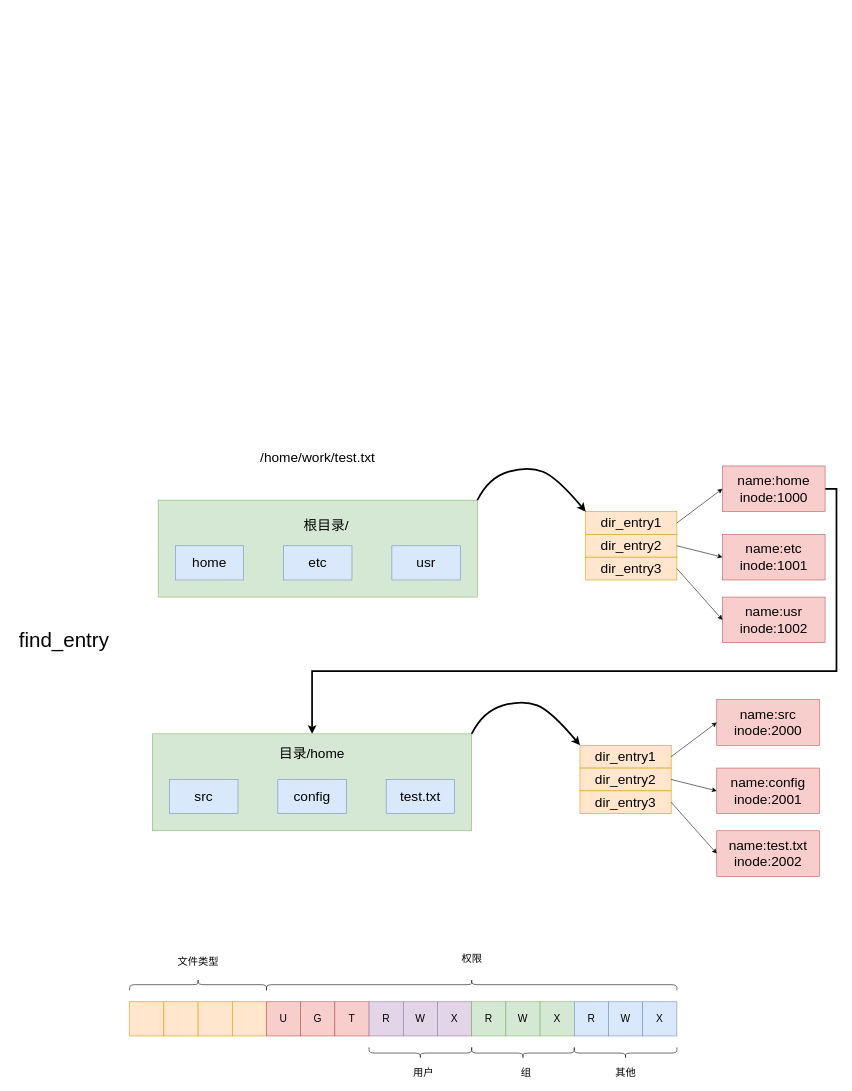
The draw.io diagram blog/Linux/kernel/Linux-0.11/Linux-0.11-fs/namei/namei.drawio in zgjsxx/static-img-repo, before the edit. Source tidied: cells renumbered, new cells numbered last; positions are measured from the earlier drawing's top-left corner, leaving out a move shared by most shapes. Both pictures are drawn from the tidied source at 57%, with x=0, y=0 at pixel (10, 449).
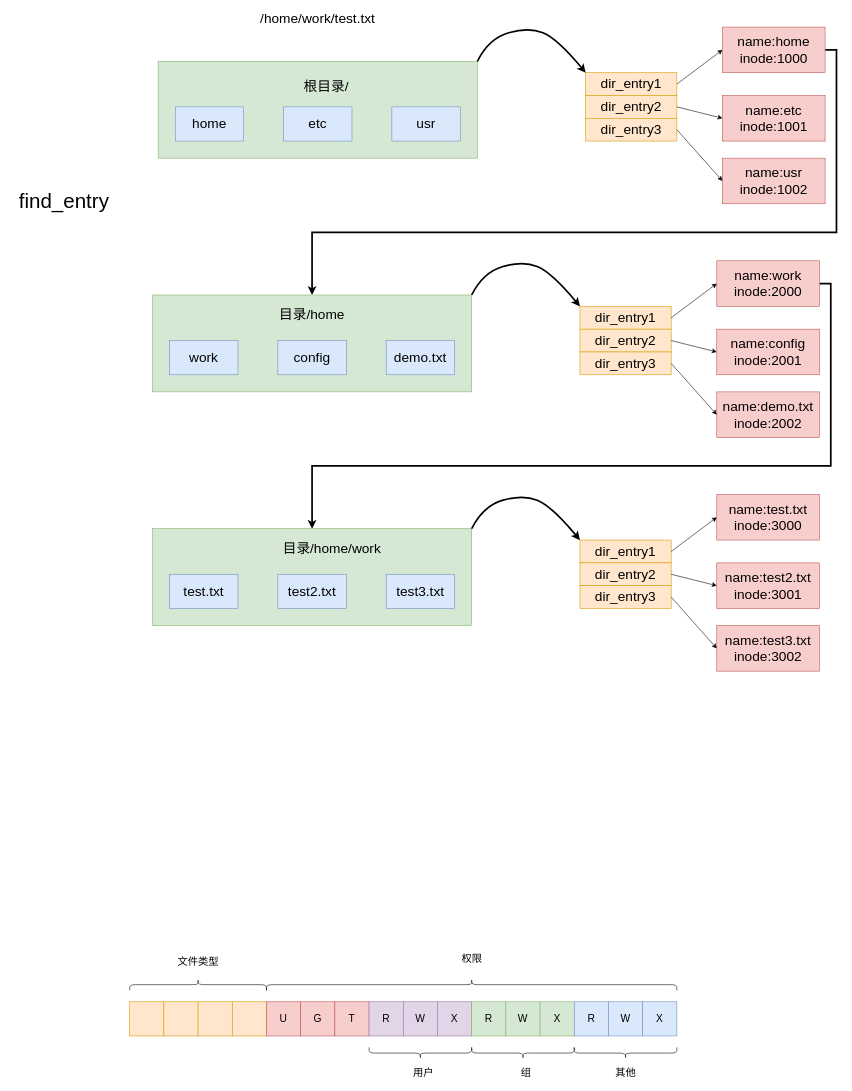
Above is the later version.

Diff of the diagram source:
```diff
@@
     <mxCell id="2" value="&lt;font style=&quot;font-size: 24px;&quot;&gt;/home/work/test.txt&lt;/font&gt;" style="text;strokeColor=none;align=center;fillColor=none;html=1;verticalAlign=middle;whiteSpace=wrap;rounded=0;" parent="1" vertex="1">
-      <mxGeometry x="395" width="290" height="30" as="geometry" />
+      <mxGeometry x="395" y="-770" width="290" height="30" as="geometry" />
     </mxCell>
     <mxCell id="3" style="rounded=0;whiteSpace=wrap;html=1;fontSize=24;fillColor=#d5e8d4;strokeColor=#82b366;" parent="1" vertex="1">
-      <mxGeometry x="260" y="90" width="560" height="170" as="geometry" />
+      <mxGeometry x="260" y="-680" width="560" height="170" as="geometry" />
     </mxCell>
     <mxCell id="4" value="home" style="rounded=0;whiteSpace=wrap;html=1;fontSize=24;fillColor=#dae8fc;strokeColor=#6c8ebf;" parent="1" vertex="1">
-      <mxGeometry x="290" y="170" width="120" height="60" as="geometry" />
+      <mxGeometry x="290" y="-600" width="120" height="60" as="geometry" />
     </mxCell>
     <mxCell id="5" value="etc" style="rounded=0;whiteSpace=wrap;html=1;fontSize=24;fillColor=#dae8fc;strokeColor=#6c8ebf;" parent="1" vertex="1">
-      <mxGeometry x="480" y="170" width="120" height="60" as="geometry" />
+      <mxGeometry x="480" y="-600" width="120" height="60" as="geometry" />
     </mxCell>
     <mxCell id="6" value="usr" style="rounded=0;whiteSpace=wrap;html=1;fontSize=24;fillColor=#dae8fc;strokeColor=#6c8ebf;" parent="1" vertex="1">
-      <mxGeometry x="670" y="170" width="120" height="60" as="geometry" />
+      <mxGeometry x="670" y="-600" width="120" height="60" as="geometry" />
     </mxCell>
     <mxCell id="7" value="根目录/" style="text;strokeColor=none;align=center;fillColor=none;html=1;verticalAlign=middle;whiteSpace=wrap;rounded=0;fontSize=24;" parent="1" vertex="1">
-      <mxGeometry x="510" y="120" width="90" height="30" as="geometry" />
+      <mxGeometry x="510" y="-650" width="90" height="30" as="geometry" />
     </mxCell>
     <mxCell id="8" value="dir_entry1" style="rounded=0;whiteSpace=wrap;html=1;fontSize=24;fillColor=#ffe6cc;strokeColor=#d79b00;" parent="1" vertex="1">
-      <mxGeometry x="1010" y="110" width="160" height="40" as="geometry" />
+      <mxGeometry x="1010" y="-660" width="160" height="40" as="geometry" />
     </mxCell>
     <mxCell id="9" value="dir_entry2" style="rounded=0;whiteSpace=wrap;html=1;fontSize=24;fillColor=#ffe6cc;strokeColor=#d79b00;" parent="1" vertex="1">
-      <mxGeometry x="1010" y="150" width="160" height="40" as="geometry" />
+      <mxGeometry x="1010" y="-620" width="160" height="40" as="geometry" />
     </mxCell>
     <mxCell id="10" value="dir_entry3" style="rounded=0;whiteSpace=wrap;html=1;fontSize=24;fillColor=#ffe6cc;strokeColor=#d79b00;" parent="1" vertex="1">
-      <mxGeometry x="1010" y="190" width="160" height="40" as="geometry" />
+      <mxGeometry x="1010" y="-580" width="160" height="40" as="geometry" />
     </mxCell>
     <mxCell id="11" style="edgeStyle=orthogonalEdgeStyle;rounded=0;jettySize=auto;html=1;exitX=1;exitY=0.5;exitDx=0;exitDy=0;entryX=0.5;entryY=0;entryDx=0;entryDy=0;strokeWidth=3;fontSize=24;" parent="1" edge="1" source="12" target="19">
       <mxGeometry relative="1" as="geometry">
         <Array as="points">
-          <mxPoint x="1450" y="70" />
-          <mxPoint x="1450" y="390" />
-          <mxPoint x="530" y="390" />
+          <mxPoint x="1450" y="-700" />
+          <mxPoint x="1450" y="-380" />
+          <mxPoint x="530" y="-380" />
         </Array>
       </mxGeometry>
     </mxCell>
     <mxCell id="12" value="name:home&lt;br&gt;inode:1000" style="rounded=0;whiteSpace=wrap;html=1;fontSize=24;fillColor=#f8cecc;strokeColor=#b85450;" parent="1" vertex="1">
-      <mxGeometry x="1250" y="30" width="180" height="80" as="geometry" />
+      <mxGeometry x="1250" y="-740" width="180" height="80" as="geometry" />
     </mxCell>
@@
     <mxCell id="14" value="name:etc&lt;br&gt;inode:1001" style="rounded=0;whiteSpace=wrap;html=1;fontSize=24;fillColor=#f8cecc;strokeColor=#b85450;" parent="1" vertex="1">
-      <mxGeometry x="1250" y="150" width="180" height="80" as="geometry" />
+      <mxGeometry x="1250" y="-620" width="180" height="80" as="geometry" />
     </mxCell>
@@
     <mxCell id="16" value="name:usr&lt;br&gt;inode:1002" style="rounded=0;whiteSpace=wrap;html=1;fontSize=24;fillColor=#f8cecc;strokeColor=#b85450;" parent="1" vertex="1">
-      <mxGeometry x="1250" y="260" width="180" height="80" as="geometry" />
+      <mxGeometry x="1250" y="-510" width="180" height="80" as="geometry" />
     </mxCell>
@@
     <mxCell id="18" style="curved=1;endArrow=classic;html=1;rounded=0;fontSize=24;entryX=0;entryY=0;entryDx=0;entryDy=0;exitX=1;exitY=0;exitDx=0;exitDy=0;strokeWidth=3;" parent="1" edge="1" source="3" target="8">
       <mxGeometry relative="1" as="geometry">
         <Array as="points">
-          <mxPoint x="840" y="50" />
-          <mxPoint x="910" y="30" />
-          <mxPoint x="960" y="50" />
+          <mxPoint x="840" y="-720" />
+          <mxPoint x="910" y="-740" />
+          <mxPoint x="960" y="-720" />
         </Array>
       </mxGeometry>
     </mxCell>
     <mxCell id="19" style="rounded=0;whiteSpace=wrap;html=1;fontSize=24;fillColor=#d5e8d4;strokeColor=#82b366;" parent="1" vertex="1">
-      <mxGeometry x="250" y="500" width="560" height="170" as="geometry" />
+      <mxGeometry x="250" y="-270" width="560" height="170" as="geometry" />
     </mxCell>
-    <mxCell id="20" value="src" style="rounded=0;whiteSpace=wrap;html=1;fontSize=24;fillColor=#dae8fc;strokeColor=#6c8ebf;" parent="1" vertex="1">
-      <mxGeometry x="280" y="580" width="120" height="60" as="geometry" />
+    <mxCell id="20" value="work" style="rounded=0;whiteSpace=wrap;html=1;fontSize=24;fillColor=#dae8fc;strokeColor=#6c8ebf;" parent="1" vertex="1">
+      <mxGeometry x="280" y="-190" width="120" height="60" as="geometry" />
     </mxCell>
     <mxCell id="21" value="config" style="rounded=0;whiteSpace=wrap;html=1;fontSize=24;fillColor=#dae8fc;strokeColor=#6c8ebf;" parent="1" vertex="1">
-      <mxGeometry x="470" y="580" width="120" height="60" as="geometry" />
+      <mxGeometry x="470" y="-190" width="120" height="60" as="geometry" />
     </mxCell>
-    <mxCell id="22" value="test.txt" style="rounded=0;whiteSpace=wrap;html=1;fontSize=24;fillColor=#dae8fc;strokeColor=#6c8ebf;" parent="1" vertex="1">
-      <mxGeometry x="660" y="580" width="120" height="60" as="geometry" />
+    <mxCell id="22" value="demo.txt" style="rounded=0;whiteSpace=wrap;html=1;fontSize=24;fillColor=#dae8fc;strokeColor=#6c8ebf;" parent="1" vertex="1">
+      <mxGeometry x="660" y="-190" width="120" height="60" as="geometry" />
     </mxCell>
     <mxCell id="23" value="目录/home" style="text;strokeColor=none;align=center;fillColor=none;html=1;verticalAlign=middle;whiteSpace=wrap;rounded=0;fontSize=24;" parent="1" vertex="1">
-      <mxGeometry x="470" y="520" width="120" height="30" as="geometry" />
+      <mxGeometry x="470" y="-250" width="120" height="30" as="geometry" />
     </mxCell>
     <mxCell id="24" value="dir_entry1" style="rounded=0;whiteSpace=wrap;html=1;fontSize=24;fillColor=#ffe6cc;strokeColor=#d79b00;" parent="1" vertex="1">
-      <mxGeometry x="1000" y="520" width="160" height="40" as="geometry" />
+      <mxGeometry x="1000" y="-250" width="160" height="40" as="geometry" />
     </mxCell>
     <mxCell id="25" value="dir_entry2" style="rounded=0;whiteSpace=wrap;html=1;fontSize=24;fillColor=#ffe6cc;strokeColor=#d79b00;" parent="1" vertex="1">
-      <mxGeometry x="1000" y="560" width="160" height="40" as="geometry" />
+      <mxGeometry x="1000" y="-210" width="160" height="40" as="geometry" />
     </mxCell>
     <mxCell id="26" value="dir_entry3" style="rounded=0;whiteSpace=wrap;html=1;fontSize=24;fillColor=#ffe6cc;strokeColor=#d79b00;" parent="1" vertex="1">
-      <mxGeometry x="1000" y="600" width="160" height="40" as="geometry" />
+      <mxGeometry x="1000" y="-170" width="160" height="40" as="geometry" />
     </mxCell>
+    <mxCell id="61" style="edgeStyle=orthogonalEdgeStyle;rounded=0;jettySize=auto;html=1;exitX=1;exitY=0.5;exitDx=0;exitDy=0;entryX=0.5;entryY=0;entryDx=0;entryDy=0;strokeWidth=3;" parent="1" edge="1" source="27" target="62">
+      <mxGeometry relative="1" as="geometry">
+        <Array as="points">
+          <mxPoint x="1440" y="-290" />
+          <mxPoint x="1440" y="30" />
+          <mxPoint x="530" y="30" />
+        </Array>
+      </mxGeometry>
+    </mxCell>
-    <mxCell id="27" value="name:src&lt;br&gt;inode:2000" style="rounded=0;whiteSpace=wrap;html=1;fontSize=24;fillColor=#f8cecc;strokeColor=#b85450;" parent="1" vertex="1">
-      <mxGeometry x="1240" y="440" width="180" height="80" as="geometry" />
+    <mxCell id="27" value="name:work&lt;br&gt;inode:2000" style="rounded=0;whiteSpace=wrap;html=1;fontSize=24;fillColor=#f8cecc;strokeColor=#b85450;" parent="1" vertex="1">
+      <mxGeometry x="1240" y="-330" width="180" height="80" as="geometry" />
     </mxCell>
@@
     <mxCell id="29" value="name:config&lt;br&gt;inode:2001" style="rounded=0;whiteSpace=wrap;html=1;fontSize=24;fillColor=#f8cecc;strokeColor=#b85450;" parent="1" vertex="1">
-      <mxGeometry x="1240" y="560" width="180" height="80" as="geometry" />
+      <mxGeometry x="1240" y="-210" width="180" height="80" as="geometry" />
     </mxCell>
@@
-    <mxCell id="31" value="name:test.txt&lt;br&gt;inode:2002" style="rounded=0;whiteSpace=wrap;html=1;fontSize=24;fillColor=#f8cecc;strokeColor=#b85450;" parent="1" vertex="1">
-      <mxGeometry x="1240" y="670" width="180" height="80" as="geometry" />
+    <mxCell id="31" value="name:demo.txt&lt;br&gt;inode:2002" style="rounded=0;whiteSpace=wrap;html=1;fontSize=24;fillColor=#f8cecc;strokeColor=#b85450;" parent="1" vertex="1">
+      <mxGeometry x="1240" y="-100" width="180" height="80" as="geometry" />
     </mxCell>
@@
     <mxCell id="33" style="curved=1;endArrow=classic;html=1;rounded=0;fontSize=24;entryX=0;entryY=0;entryDx=0;entryDy=0;exitX=1;exitY=0;exitDx=0;exitDy=0;strokeWidth=3;" parent="1" edge="1" source="19" target="24">
       <mxGeometry relative="1" as="geometry">
         <Array as="points">
-          <mxPoint x="830" y="460" />
-          <mxPoint x="900" y="440" />
-          <mxPoint x="950" y="460" />
+          <mxPoint x="830" y="-310" />
+          <mxPoint x="900" y="-330" />
+          <mxPoint x="950" y="-310" />
         </Array>
       </mxGeometry>
     </mxCell>
     <mxCell id="34" value="&lt;font style=&quot;font-size: 36px;&quot;&gt;find_entry&lt;/font&gt;" style="text;strokeColor=none;align=center;fillColor=none;html=1;verticalAlign=middle;whiteSpace=wrap;rounded=0;fontSize=24;" parent="1" vertex="1">
-      <mxGeometry y="320" width="190" height="30" as="geometry" />
+      <mxGeometry y="-450" width="190" height="30" as="geometry" />
     </mxCell>
@@
+    <mxCell id="62" style="rounded=0;whiteSpace=wrap;html=1;fontSize=24;fillColor=#d5e8d4;strokeColor=#82b366;" parent="1" vertex="1">
+      <mxGeometry x="250" y="140" width="560" height="170" as="geometry" />
+    </mxCell>
+    <mxCell id="63" value="test.txt" style="rounded=0;whiteSpace=wrap;html=1;fontSize=24;fillColor=#dae8fc;strokeColor=#6c8ebf;" parent="1" vertex="1">
+      <mxGeometry x="280" y="220" width="120" height="60" as="geometry" />
+    </mxCell>
+    <mxCell id="64" value="test2.txt" style="rounded=0;whiteSpace=wrap;html=1;fontSize=24;fillColor=#dae8fc;strokeColor=#6c8ebf;" parent="1" vertex="1">
+      <mxGeometry x="470" y="220" width="120" height="60" as="geometry" />
+    </mxCell>
+    <mxCell id="65" value="test3.txt" style="rounded=0;whiteSpace=wrap;html=1;fontSize=24;fillColor=#dae8fc;strokeColor=#6c8ebf;" parent="1" vertex="1">
+      <mxGeometry x="660" y="220" width="120" height="60" as="geometry" />
+    </mxCell>
+    <mxCell id="66" value="目录/home/work" style="text;strokeColor=none;align=center;fillColor=none;html=1;verticalAlign=middle;whiteSpace=wrap;rounded=0;fontSize=24;" parent="1" vertex="1">
+      <mxGeometry x="470" y="160" width="190" height="30" as="geometry" />
+    </mxCell>
+    <mxCell id="67" value="dir_entry1" style="rounded=0;whiteSpace=wrap;html=1;fontSize=24;fillColor=#ffe6cc;strokeColor=#d79b00;" parent="1" vertex="1">
+      <mxGeometry x="1000" y="160" width="160" height="40" as="geometry" />
+    </mxCell>
+    <mxCell id="68" value="dir_entry2" style="rounded=0;whiteSpace=wrap;html=1;fontSize=24;fillColor=#ffe6cc;strokeColor=#d79b00;" parent="1" vertex="1">
+      <mxGeometry x="1000" y="200" width="160" height="40" as="geometry" />
+    </mxCell>
+    <mxCell id="69" value="dir_entry3" style="rounded=0;whiteSpace=wrap;html=1;fontSize=24;fillColor=#ffe6cc;strokeColor=#d79b00;" parent="1" vertex="1">
+      <mxGeometry x="1000" y="240" width="160" height="40" as="geometry" />
+    </mxCell>
+    <mxCell id="70" value="name:test.txt&lt;br&gt;inode:3000" style="rounded=0;whiteSpace=wrap;html=1;fontSize=24;fillColor=#f8cecc;strokeColor=#b85450;" parent="1" vertex="1">
+      <mxGeometry x="1240" y="80" width="180" height="80" as="geometry" />
+    </mxCell>
+    <mxCell id="71" style="endArrow=classic;html=1;rounded=0;fontSize=24;entryX=0;entryY=0.5;entryDx=0;entryDy=0;exitX=1;exitY=0.5;exitDx=0;exitDy=0;" parent="1" edge="1" source="67" target="70">
+      <mxGeometry relative="1" as="geometry" />
+    </mxCell>
+    <mxCell id="72" value="name:test2.txt&lt;br&gt;inode:3001" style="rounded=0;whiteSpace=wrap;html=1;fontSize=24;fillColor=#f8cecc;strokeColor=#b85450;" parent="1" vertex="1">
+      <mxGeometry x="1240" y="200" width="180" height="80" as="geometry" />
+    </mxCell>
+    <mxCell id="73" style="endArrow=classic;html=1;rounded=0;fontSize=24;exitX=1;exitY=0.5;exitDx=0;exitDy=0;entryX=0;entryY=0.5;entryDx=0;entryDy=0;" parent="1" edge="1" source="68" target="72">
+      <mxGeometry relative="1" as="geometry" />
+    </mxCell>
+    <mxCell id="74" value="name:test3.txt&lt;br&gt;inode:3002" style="rounded=0;whiteSpace=wrap;html=1;fontSize=24;fillColor=#f8cecc;strokeColor=#b85450;" parent="1" vertex="1">
+      <mxGeometry x="1240" y="310" width="180" height="80" as="geometry" />
+    </mxCell>
+    <mxCell id="75" style="endArrow=classic;html=1;rounded=0;fontSize=24;entryX=0;entryY=0.5;entryDx=0;entryDy=0;exitX=1;exitY=0.5;exitDx=0;exitDy=0;" parent="1" edge="1" source="69" target="74">
+      <mxGeometry relative="1" as="geometry" />
+    </mxCell>
+    <mxCell id="76" style="curved=1;endArrow=classic;html=1;rounded=0;fontSize=24;entryX=0;entryY=0;entryDx=0;entryDy=0;exitX=1;exitY=0;exitDx=0;exitDy=0;strokeWidth=3;" parent="1" edge="1" source="62" target="67">
+      <mxGeometry relative="1" as="geometry">
+        <Array as="points">
+          <mxPoint x="830" y="100" />
+          <mxPoint x="900" y="80" />
+          <mxPoint x="950" y="100" />
+        </Array>
+      </mxGeometry>
+    </mxCell>
```
